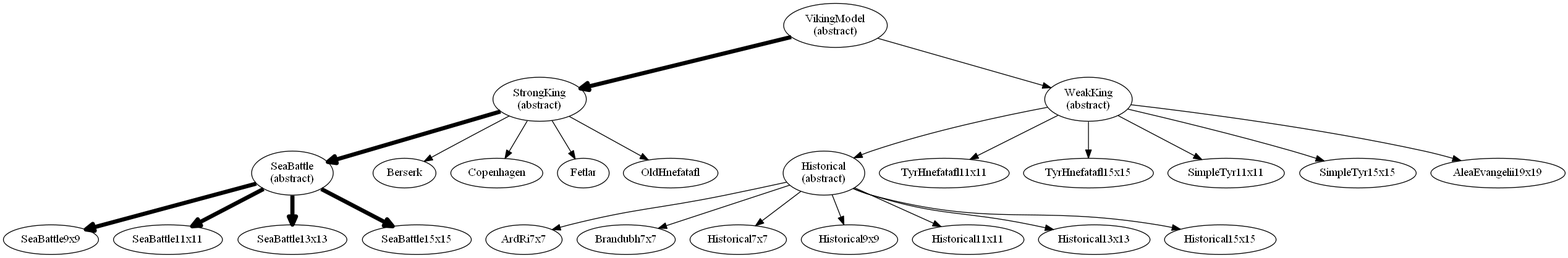
ggrevera/flutter_viking_student keeps this Graphviz diagram as games.png. Above is the earlier version. Its source is kept beside it as games.dot. Its diagram source:
```dot


digraph D {

    "VikingModel\n(abstract)" -> "StrongKing\n(abstract)" [penwidth=5]
        "StrongKing\n(abstract)" -> "SeaBattle\n(abstract)" [penwidth=5]
            "SeaBattle\n(abstract)" -> SeaBattle9x9 [penwidth=5]
            "SeaBattle\n(abstract)" -> SeaBattle11x11 [penwidth=5]
            "SeaBattle\n(abstract)" -> SeaBattle13x13 [penwidth=5]
            "SeaBattle\n(abstract)" -> SeaBattle15x15 [penwidth=5]
        "StrongKing\n(abstract)" -> "Berserk"
        "StrongKing\n(abstract)" -> "Copenhagen"
        "StrongKing\n(abstract)" -> "Fetlar"
        "StrongKing\n(abstract)" -> "OldHnefatafl"
    "VikingModel\n(abstract)" -> "WeakKing\n(abstract)"
    "WeakKing\n(abstract)" -> "Historical\n(abstract)"
        "Historical\n(abstract)" -> ArdRi7x7
        "Historical\n(abstract)" -> Brandubh7x7
        "Historical\n(abstract)" -> Historical7x7
        "Historical\n(abstract)" -> Historical9x9
        "Historical\n(abstract)" -> Historical11x11
        "Historical\n(abstract)" -> Historical13x13
        "Historical\n(abstract)" -> Historical15x15
    "WeakKing\n(abstract)" -> "TyrHnefatafl11x11"
    "WeakKing\n(abstract)" -> "TyrHnefatafl15x15"
    "WeakKing\n(abstract)" -> "SimpleTyr11x11"
    "WeakKing\n(abstract)" -> "SimpleTyr15x15"
    "WeakKing\n(abstract)" -> "AleaEvangelii19x19"
}
```
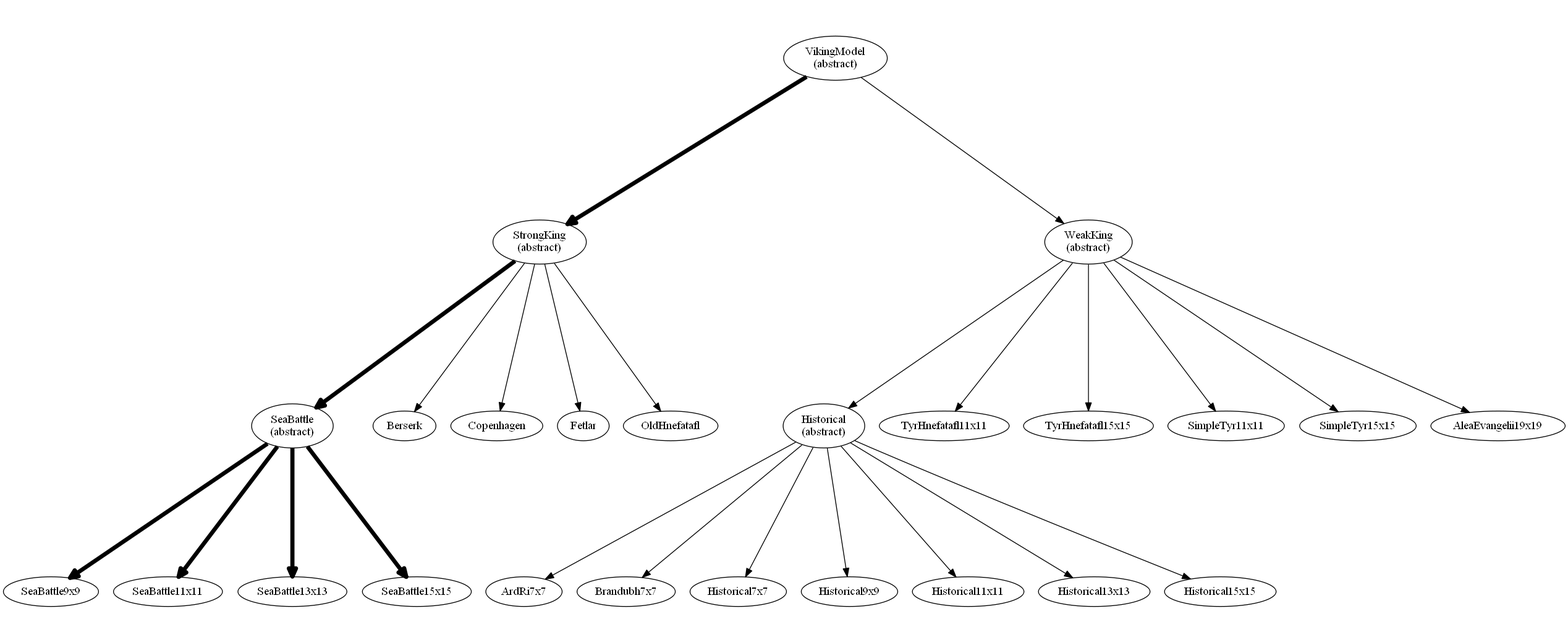
The same file after the commit.

Change to the diagram source:
```diff
@@ -1,6 +1,7 @@
 
 
 digraph D {
+    ratio = 0.4;
 
     "VikingModel\n(abstract)" -> "StrongKing\n(abstract)" [penwidth=5]
         "StrongKing\n(abstract)" -> "SeaBattle\n(abstract)" [penwidth=5]
```
